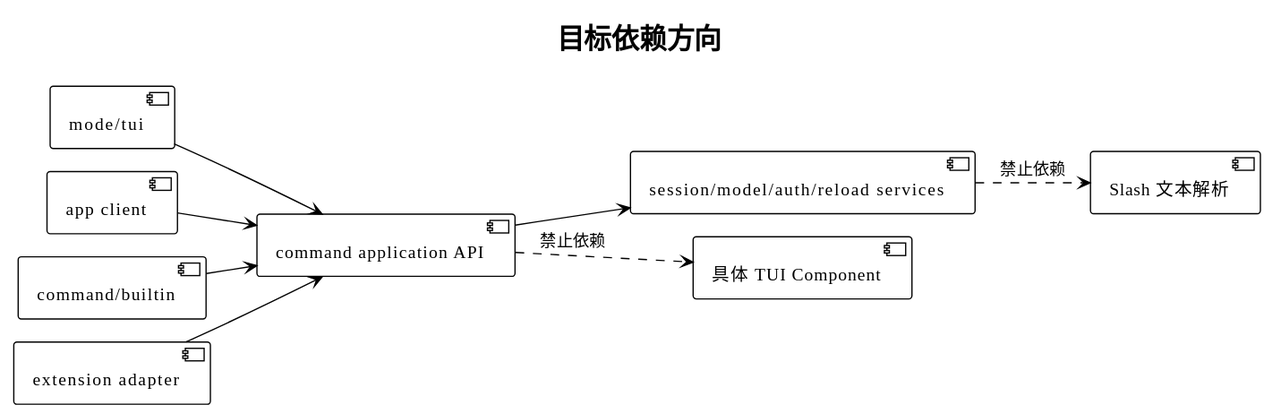
This is diagrams/builtin-command/06-dependency-direction.svg from superheromeZzh/pi-mono-java-design, a PlantUML export, as it was before one commit.
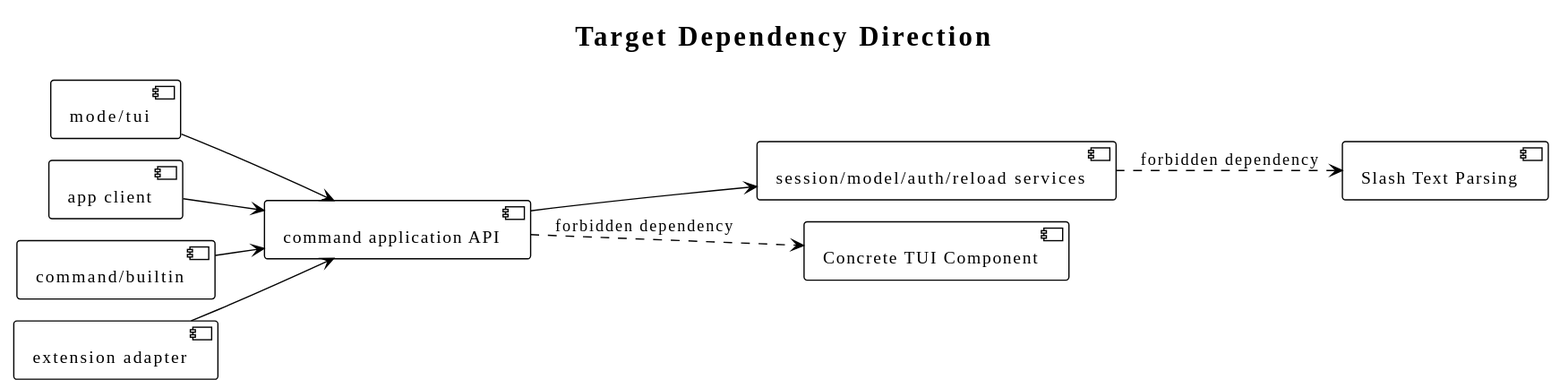
The same file after the commit.

The edit, as a diff of the source:
```diff
@@ -1,10 +1,10 @@
 @startuml
 !theme plain
 !pragma layout smetana
-skinparam defaultFontName "PingFang SC"
+skinparam defaultFontName "SansSerif"
 skinparam shadowing false
 skinparam backgroundColor transparent
-title 目标依赖方向
+title Target Dependency Direction
 
 left to right direction
 component "mode/tui" as tui
@@ -13,14 +13,14 @@
 component "session/model/auth/reload services" as session
 component "command/builtin" as builtin
 component "extension adapter" as extension
-component "具体 TUI Component" as tuiConcrete
-component "Slash 文本解析" as slashText
+component "Concrete TUI Component" as tuiConcrete
+component "Slash Text Parsing" as slashText
 
 tui --> command
 app --> command
 command --> session
 builtin --> command
 extension --> command
-command ..> tuiConcrete : 禁止依赖
-session ..> slashText : 禁止依赖
+command ..> tuiConcrete : forbidden dependency
+session ..> slashText : forbidden dependency
 @enduml
```
